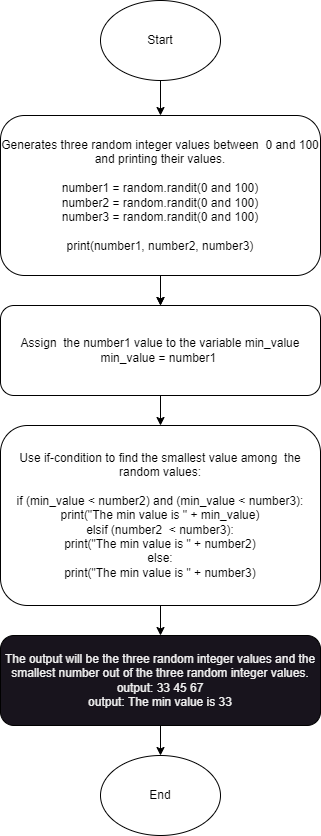
Before: Hello.drawio3-1.png, a diagram exported from draw.io (Bomi45/ass.3-1-Sep-Drawio). Source tidied: cells renumbered, new cells last; positions are measured from the earlier drawing's top-left corner, leaving out a move shared by most shapes.
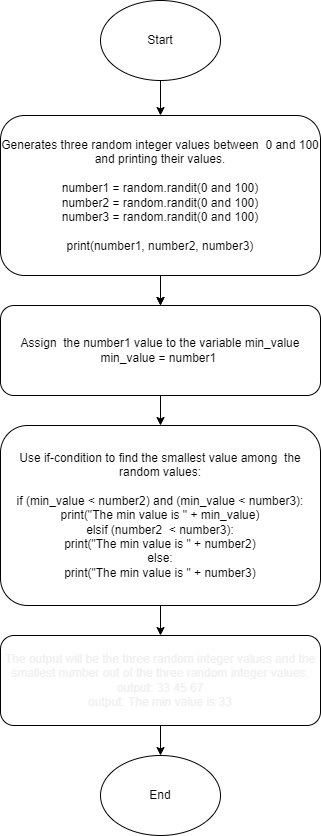
After the change.

The edit, as a diff of the source:
```diff
@@ -37,7 +37,7 @@
         <mxPoint x="160" y="755" as="targetPoint" />
       </mxGeometry>
     </mxCell>
-    <mxCell id="11" value="&lt;span style=&quot;&quot;&gt;The output will be the three random integer values and the smallest number out of the three random integer values.&lt;/span&gt;&lt;br&gt;&lt;span style=&quot;&quot;&gt;output: 33 45 67&lt;/span&gt;&lt;br&gt;&lt;span style=&quot;&quot;&gt;output: The min value is 33&lt;/span&gt;" style="rounded=1;whiteSpace=wrap;html=1;fillColor=#18141D;labelBackgroundColor=none;fontColor=#F0F0F0;" parent="1" vertex="1">
+    <mxCell id="11" value="&lt;span style=&quot;&quot;&gt;The output will be the three random integer values and the smallest number out of the three random integer values.&lt;/span&gt;&lt;br&gt;&lt;span style=&quot;&quot;&gt;output: 33 45 67&lt;/span&gt;&lt;br&gt;&lt;span style=&quot;&quot;&gt;output: The min value is 33&lt;/span&gt;" style="rounded=1;whiteSpace=wrap;html=1;fillColor=none;labelBackgroundColor=none;fontColor=#F0F0F0;gradientColor=none;gradientDirection=north;" parent="1" vertex="1">
       <mxGeometry y="635" width="320" height="90" as="geometry" />
     </mxCell>
     <mxCell id="12" value="Text" style="text;html=1;align=center;verticalAlign=middle;strokeColor=none;fillColor=none;" parent="1" vertex="1">
```
